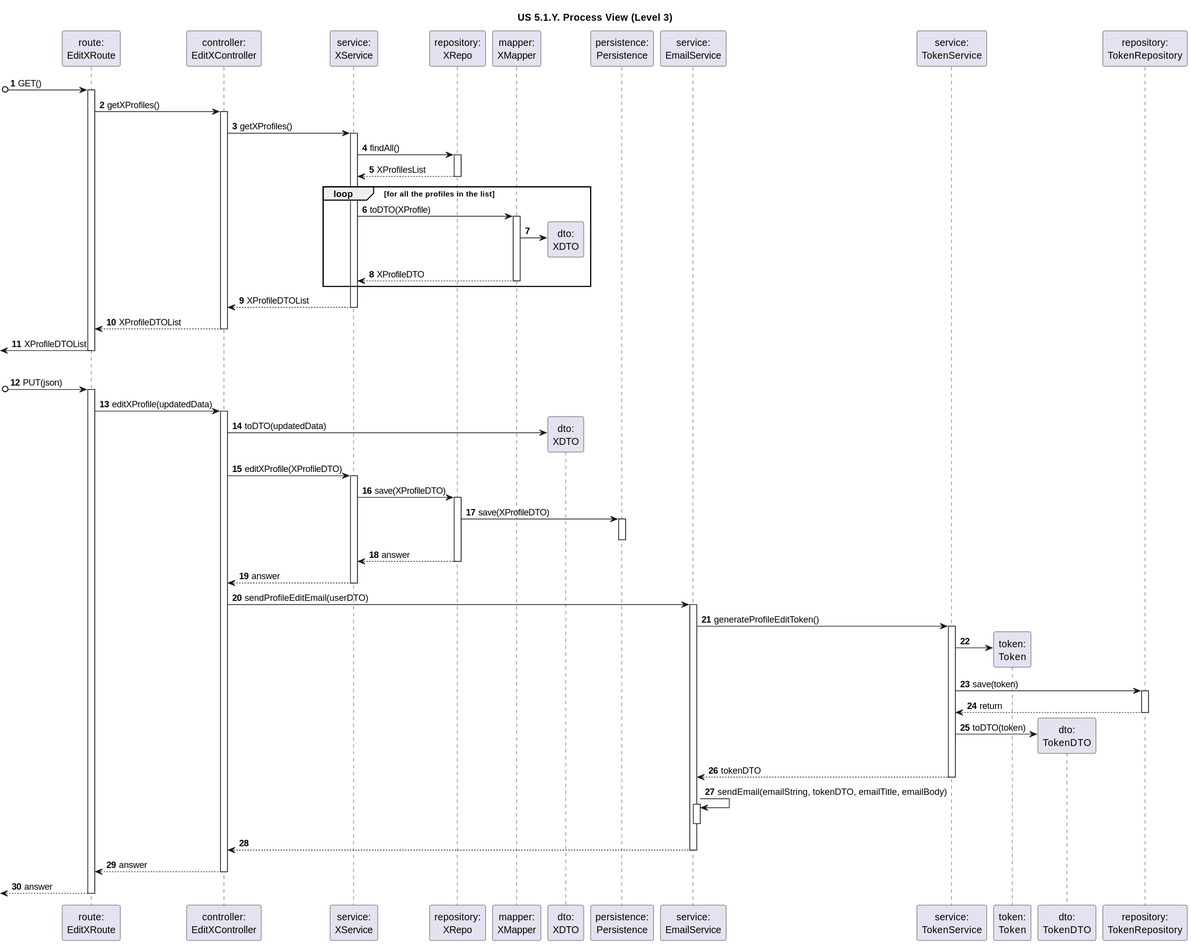
This is docs/sprint-1/1221933/general-process-view-diagrams/edit-profiles/n3/process-view-nivel3.svg from rita-barbosa/LAPR5-2425, a PlantUML export, as it was before one commit.
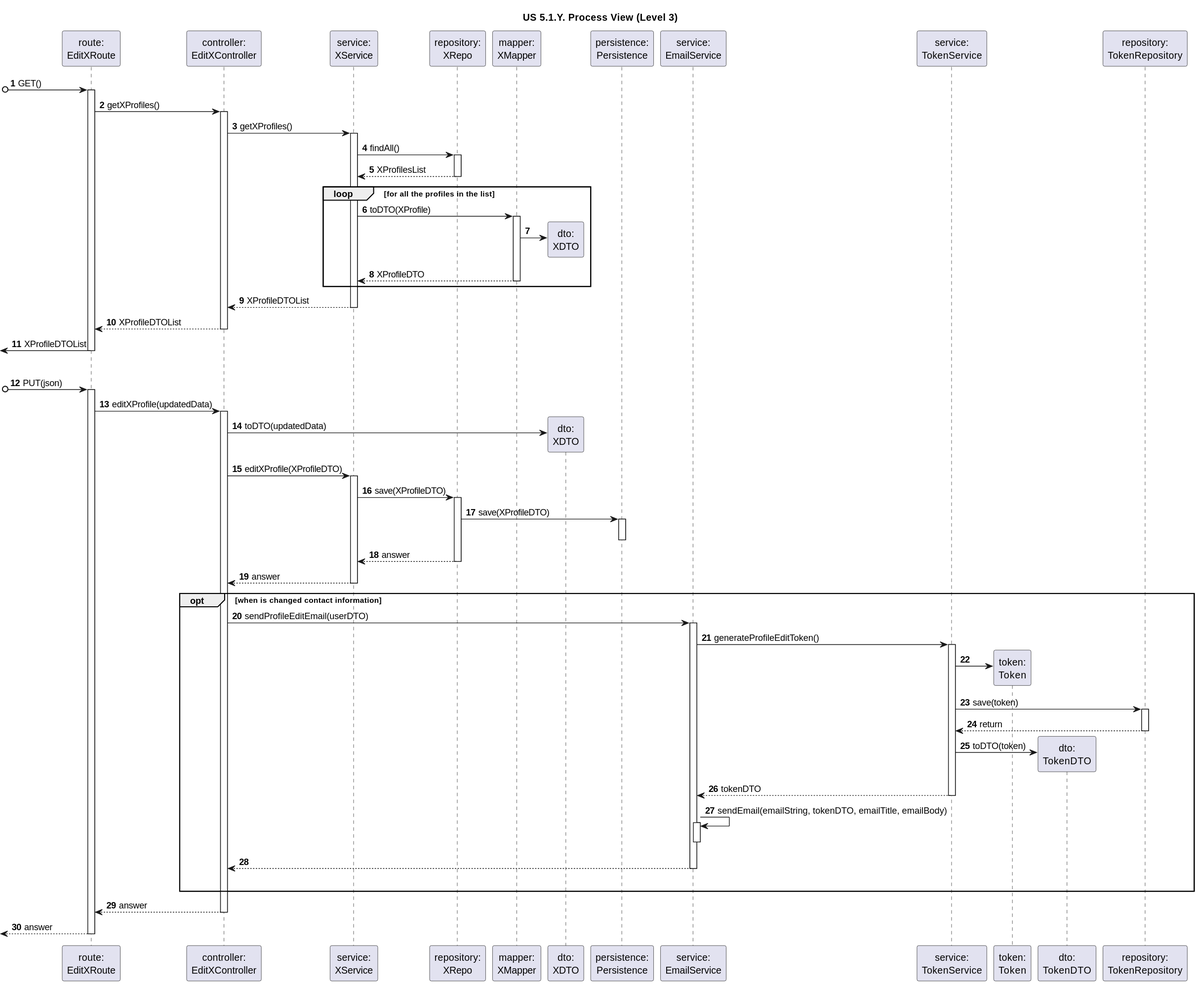
After the commit.

Commit message:
DG38-183 | docs: updates the general design diagram (process view level 3) for us-5.1.9 (also used for us5.1.13).

What changed in the source:
```diff
@@ -81,6 +81,8 @@
 SER --> CTRL : answer
 deactivate SER
 
+opt when is changed contact information
+
 CTRL -> EMAILServ : sendProfileEditEmail(userDTO)
 activate EMAILServ
 
@@ -92,7 +94,6 @@
 TOKENServ -> TOKENRepo : save(token)
 activate TOKENRepo
 
-
 TOKENRepo --> TOKENServ : return
 deactivate TOKENRepo
 
@@ -103,10 +104,13 @@
 
 EMAILServ -> EMAILServ : sendEmail(emailString, tokenDTO, emailTitle, emailBody)
 activate EMAILServ
+
 deactivate EMAILServ
 
 EMAILServ --> CTRL :
 deactivate EMAILServ
+|||
+end opt
 
 CTRL --> ROUTE : answer
 deactivate CTRL
```
